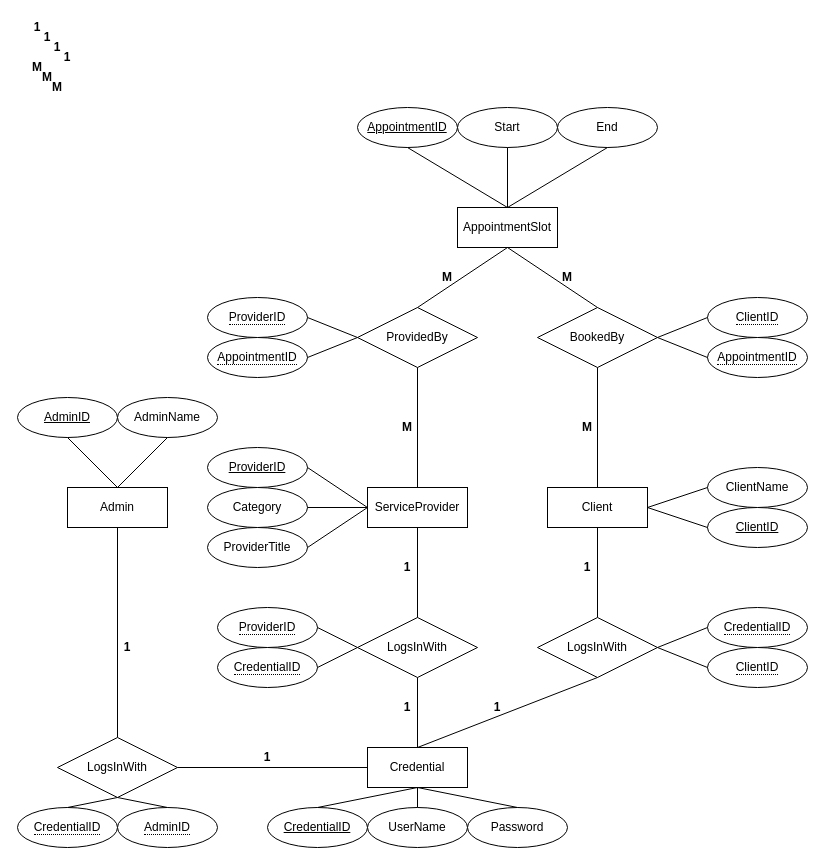
Above: projectManagement/diagrams/appointmentBookingEr.drawio in jff97/cs341GroupProject (draw.io), before the change. Source tidied: cells renumbered, new cells numbered last; positions are measured from the earlier drawing's top-left corner, leaving out a move shared by most shapes. Both pictures are drawn from the tidied source at 100%, with x=0, y=0 at pixel (17, 17).
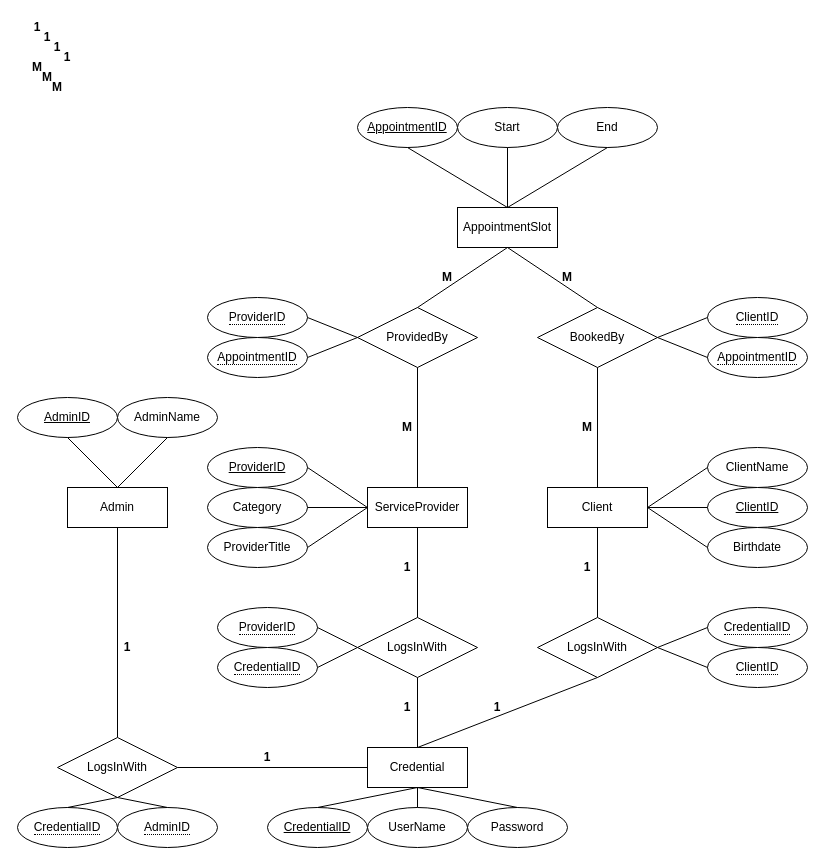
After the change.

Unchanged cells that the change refers to:
```xml
<mxCell id="2" value="Client" style="whiteSpace=wrap;html=1;align=center;" parent="1" vertex="1">
  <mxGeometry x="530" y="470" width="100" height="40" as="geometry" />
</mxCell>
```

Change to the diagram source:
```diff
@@
     <mxCell id="37" value="ClientName" style="ellipse;whiteSpace=wrap;html=1;align=center;" parent="1" vertex="1">
-      <mxGeometry x="690" y="450" width="100" height="40" as="geometry" />
+      <mxGeometry x="690" y="430" width="100" height="40" as="geometry" />
     </mxCell>
     <mxCell id="38" value="ClientID" style="ellipse;whiteSpace=wrap;html=1;align=center;fontStyle=4;" parent="1" vertex="1">
-      <mxGeometry x="690" y="490" width="100" height="40" as="geometry" />
+      <mxGeometry x="690" y="470" width="100" height="40" as="geometry" />
     </mxCell>
@@
+    <mxCell id="85" value="Birthdate" style="ellipse;whiteSpace=wrap;html=1;align=center;" parent="1" vertex="1">
+      <mxGeometry x="690" y="510" width="100" height="40" as="geometry" />
+    </mxCell>
+    <mxCell id="86" style="endArrow=none;html=1;rounded=0;entryX=0;entryY=0.5;entryDx=0;entryDy=0;exitX=1;exitY=0.5;exitDx=0;exitDy=0;" parent="1" edge="1" source="2" target="85">
+      <mxGeometry relative="1" as="geometry" />
+    </mxCell>
```
